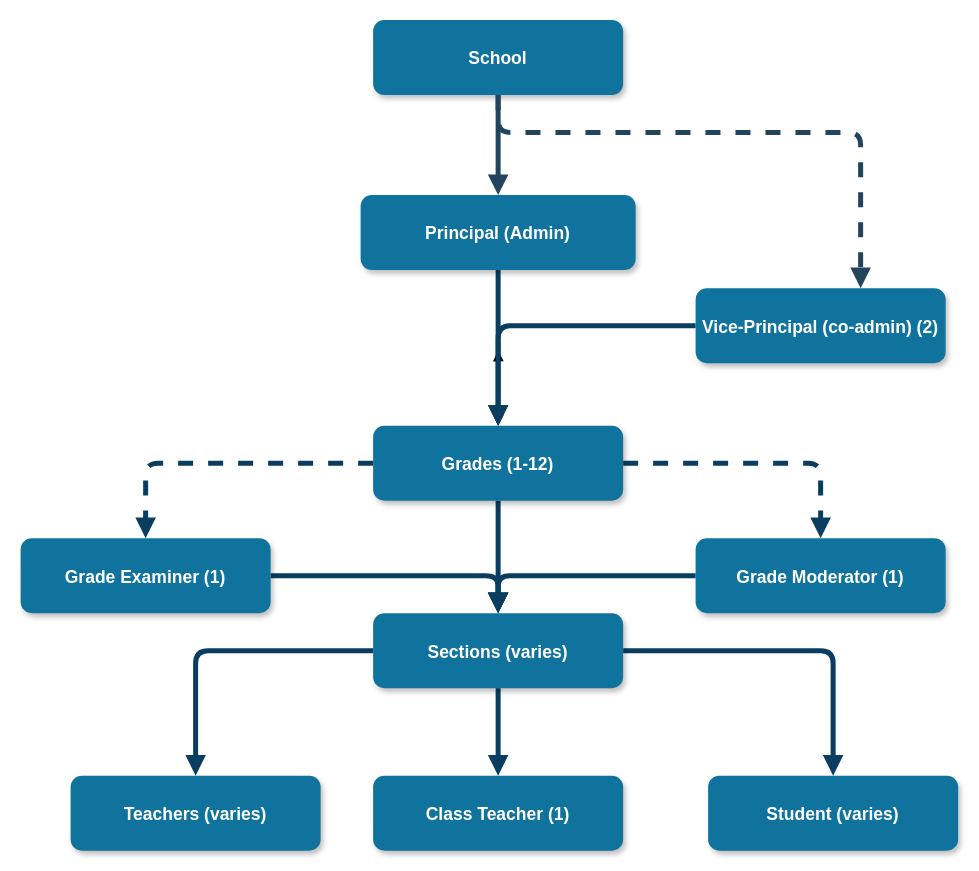
Before: veschool-relation-flow.drawio in KRTirtho/veschool-diagrams, a draw.io diagram. Source tidied: cells renumbered, new cells numbered last; positions are measured from the earlier drawing's top-left corner, leaving out a move shared by most shapes. Both pictures are drawn from the tidied source at 125%, with x=0, y=0 at pixel (20, 20).
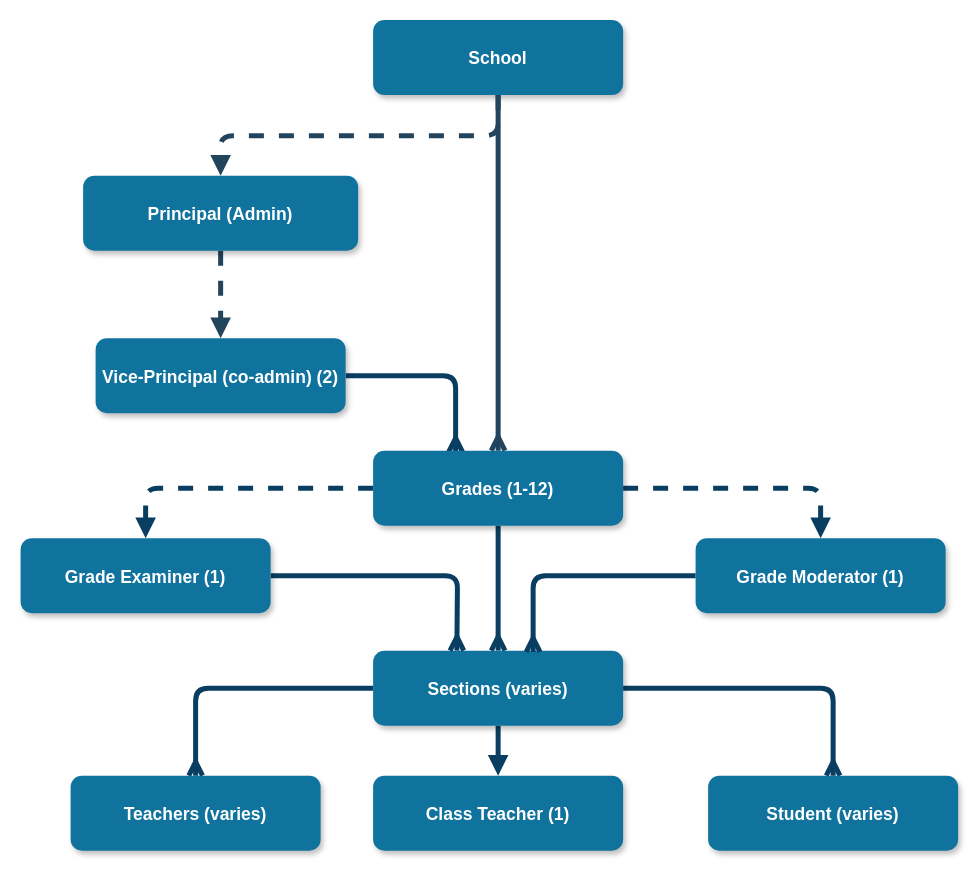
After the change.

Commit message:
Update relation type in veschool-relation-flow.drawio

Unchanged cells that the change refers to:
```xml
<mxCell id="2" value="School" style="rounded=1;fillColor=#10739E;strokeColor=none;shadow=1;gradientColor=none;fontStyle=1;fontColor=#FFFFFF;fontSize=14;" parent="1" vertex="1">
  <mxGeometry x="282" y="-0.5" width="200" height="60" as="geometry" />
</mxCell>
<mxCell id="19" value="Grade Moderator (1)" style="rounded=1;fillColor=#10739E;strokeColor=none;shadow=1;gradientColor=none;fontStyle=1;fontColor=#FFFFFF;fontSize=14;" parent="1" vertex="1">
  <mxGeometry x="540" y="414" width="200" height="60" as="geometry" />
</mxCell>
<mxCell id="21" value="Teachers (varies)" style="rounded=1;fillColor=#10739E;strokeColor=none;shadow=1;gradientColor=none;fontStyle=1;fontColor=#FFFFFF;fontSize=14;" parent="1" vertex="1">
  <mxGeometry x="40" y="604" width="200" height="60" as="geometry" />
</mxCell>
<mxCell id="22" value="Student (varies)" style="rounded=1;fillColor=#10739E;strokeColor=none;shadow=1;gradientColor=none;fontStyle=1;fontColor=#FFFFFF;fontSize=14;" parent="1" vertex="1">
  <mxGeometry x="550" y="604" width="200" height="60" as="geometry" />
</mxCell>
<mxCell id="24" value="Grade Examiner (1)" style="rounded=1;fillColor=#10739E;strokeColor=none;shadow=1;gradientColor=none;fontStyle=1;fontColor=#FFFFFF;fontSize=14;" parent="1" vertex="1">
  <mxGeometry y="414" width="200" height="60" as="geometry" />
</mxCell>
```

Diff of the diagram source:
```diff
@@
+    <mxCell id="25" style="edgeStyle=elbowEdgeStyle;jettySize=auto;elbow=vertical;html=1;entryX=0.5;entryY=0;entryDx=0;entryDy=0;endArrow=ERmany;endFill=0;strokeColor=#23445D;strokeWidth=4;" parent="1" edge="1" source="2" target="13">
+      <mxGeometry relative="1" as="geometry" />
+    </mxCell>
@@
-    <mxCell id="3" style="edgeStyle=orthogonalEdgeStyle;jettySize=auto;html=1;startFill=0;endArrow=block;endFill=1;strokeColor=#0A3E61;strokeWidth=4;" parent="1" edge="1" source="4" target="13">
-      <mxGeometry relative="1" as="geometry" />
-    </mxCell>
+    <mxCell id="26" style="edgeStyle=elbowEdgeStyle;jettySize=auto;elbow=vertical;html=1;entryX=0.5;entryY=0;entryDx=0;entryDy=0;endArrow=block;endFill=1;strokeColor=#23445D;strokeWidth=4;dashed=1;" parent="1" edge="1" source="4" target="7">
+      <mxGeometry relative="1" as="geometry" />
+    </mxCell>
     <mxCell id="4" value="Principal (Admin)" style="rounded=1;fillColor=#10739E;strokeColor=none;shadow=1;gradientColor=none;fontStyle=1;fontColor=#FFFFFF;fontSize=14;" parent="1" vertex="1">
-      <mxGeometry x="272" y="139.5" width="220" height="60" as="geometry" />
+      <mxGeometry x="50" y="124" width="220" height="60" as="geometry" />
     </mxCell>
-    <mxCell id="5" style="edgeStyle=orthogonalEdgeStyle;rounded=0;jettySize=auto;html=1;entryX=0.5;entryY=0;entryDx=0;entryDy=0;startArrow=block;startFill=1;endArrow=block;endFill=1;" parent="1" edge="1" target="13">
-      <mxGeometry relative="1" as="geometry">
-        <mxPoint x="382" y="264" as="sourcePoint" />
-      </mxGeometry>
-    </mxCell>
-    <mxCell id="6" style="edgeStyle=orthogonalEdgeStyle;jettySize=auto;html=1;entryX=0.5;entryY=0;entryDx=0;entryDy=0;startFill=0;endArrow=block;endFill=1;strokeColor=#0A3E61;strokeWidth=4;" parent="1" edge="1" source="7" target="13">
+    <mxCell id="6" style="edgeStyle=orthogonalEdgeStyle;jettySize=auto;html=1;startFill=0;endArrow=ERmany;endFill=0;strokeColor=#0A3E61;strokeWidth=4;entryX=0.33;entryY=0.017;entryDx=0;entryDy=0;entryPerimeter=0;" parent="1" edge="1" source="7" target="13">
       <mxGeometry relative="1" as="geometry" />
     </mxCell>
     <mxCell id="7" value="Vice-Principal (co-admin) (2)" style="rounded=1;fillColor=#10739E;strokeColor=none;shadow=1;gradientColor=none;fontStyle=1;fontColor=#FFFFFF;fontSize=14;" parent="1" vertex="1">
-      <mxGeometry x="540" y="214" width="200" height="60" as="geometry" />
+      <mxGeometry x="60" y="254" width="200" height="60" as="geometry" />
     </mxCell>
-    <mxCell id="8" style="edgeStyle=elbowEdgeStyle;elbow=vertical;strokeWidth=4;endArrow=block;endFill=1;fontStyle=1;strokeColor=#23445D;" parent="1" edge="1" source="2" target="4">
+    <mxCell id="8" style="edgeStyle=elbowEdgeStyle;elbow=vertical;strokeWidth=4;endArrow=block;endFill=1;fontStyle=1;strokeColor=#23445D;dashed=1;" parent="1" edge="1" source="2" target="4">
       <mxGeometry x="22" y="165.5" as="geometry" />
     </mxCell>
-    <mxCell id="9" style="edgeStyle=elbowEdgeStyle;elbow=vertical;strokeWidth=4;endArrow=block;endFill=1;fontStyle=1;dashed=1;strokeColor=#23445D;" parent="1" edge="1" source="2" target="7">
-      <mxGeometry x="22" y="165.5" as="geometry">
-        <Array as="points">
-          <mxPoint x="672" y="89.5" />
-        </Array>
-      </mxGeometry>
-    </mxCell>
-    <mxCell id="10" style="edgeStyle=orthogonalEdgeStyle;jettySize=auto;html=1;startFill=0;endArrow=block;endFill=1;strokeColor=#0A3E61;strokeWidth=4;" parent="1" edge="1" source="13" target="17">
+    <mxCell id="10" style="edgeStyle=orthogonalEdgeStyle;jettySize=auto;html=1;startFill=0;endArrow=ERmany;endFill=0;strokeColor=#0A3E61;strokeWidth=4;" parent="1" edge="1" source="13" target="17">
       <mxGeometry relative="1" as="geometry" />
     </mxCell>
@@
     <mxCell id="13" value="Grades (1-12)" style="rounded=1;fillColor=#10739E;strokeColor=none;shadow=1;gradientColor=none;fontStyle=1;fontColor=#FFFFFF;fontSize=14;" parent="1" vertex="1">
-      <mxGeometry x="282" y="324" width="200" height="60" as="geometry" />
+      <mxGeometry x="282" y="344" width="200" height="60" as="geometry" />
     </mxCell>
-    <mxCell id="14" style="edgeStyle=orthogonalEdgeStyle;jettySize=auto;html=1;startFill=0;endArrow=block;endFill=1;strokeColor=#0A3E61;strokeWidth=4;" parent="1" edge="1" source="17" target="21">
+    <mxCell id="14" style="edgeStyle=orthogonalEdgeStyle;jettySize=auto;html=1;startFill=0;endArrow=ERmany;endFill=0;strokeColor=#0A3E61;strokeWidth=4;" parent="1" edge="1" source="17" target="21">
       <mxGeometry relative="1" as="geometry" />
     </mxCell>
-    <mxCell id="15" style="edgeStyle=orthogonalEdgeStyle;jettySize=auto;html=1;startFill=0;endArrow=block;endFill=1;strokeColor=#0A3E61;strokeWidth=4;" parent="1" edge="1" source="17" target="22">
+    <mxCell id="15" style="edgeStyle=orthogonalEdgeStyle;jettySize=auto;html=1;startFill=0;endArrow=ERmany;endFill=0;strokeColor=#0A3E61;strokeWidth=4;" parent="1" edge="1" source="17" target="22">
       <mxGeometry relative="1" as="geometry" />
     </mxCell>
@@
     <mxCell id="17" value="Sections (varies)" style="rounded=1;fillColor=#10739E;strokeColor=none;shadow=1;gradientColor=none;fontStyle=1;fontColor=#FFFFFF;fontSize=14;" parent="1" vertex="1">
-      <mxGeometry x="282" y="474" width="200" height="60" as="geometry" />
+      <mxGeometry x="282" y="504" width="200" height="60" as="geometry" />
     </mxCell>
-    <mxCell id="18" style="edgeStyle=orthogonalEdgeStyle;jettySize=auto;html=1;entryX=0.5;entryY=0;entryDx=0;entryDy=0;startFill=0;endArrow=block;endFill=1;strokeColor=#0A3E61;strokeWidth=4;" parent="1" edge="1" source="19" target="17">
+    <mxCell id="18" style="edgeStyle=orthogonalEdgeStyle;jettySize=auto;html=1;entryX=0.64;entryY=0.017;entryDx=0;entryDy=0;startFill=0;endArrow=ERmany;endFill=0;strokeColor=#0A3E61;strokeWidth=4;entryPerimeter=0;" parent="1" edge="1" source="19" target="17">
       <mxGeometry relative="1" as="geometry" />
     </mxCell>
@@
-    <mxCell id="23" style="edgeStyle=orthogonalEdgeStyle;jettySize=auto;html=1;entryX=0.5;entryY=0;entryDx=0;entryDy=0;startFill=0;endArrow=block;endFill=1;strokeColor=#0A3E61;strokeWidth=4;" parent="1" edge="1" source="24" target="17">
-      <mxGeometry relative="1" as="geometry" />
+    <mxCell id="23" style="edgeStyle=orthogonalEdgeStyle;jettySize=auto;html=1;startFill=0;endArrow=ERmany;endFill=0;strokeColor=#0A3E61;strokeWidth=4;" parent="1" edge="1" source="24">
+      <mxGeometry relative="1" as="geometry">
+        <mxPoint x="349" y="504" as="targetPoint" />
+      </mxGeometry>
     </mxCell>
```
